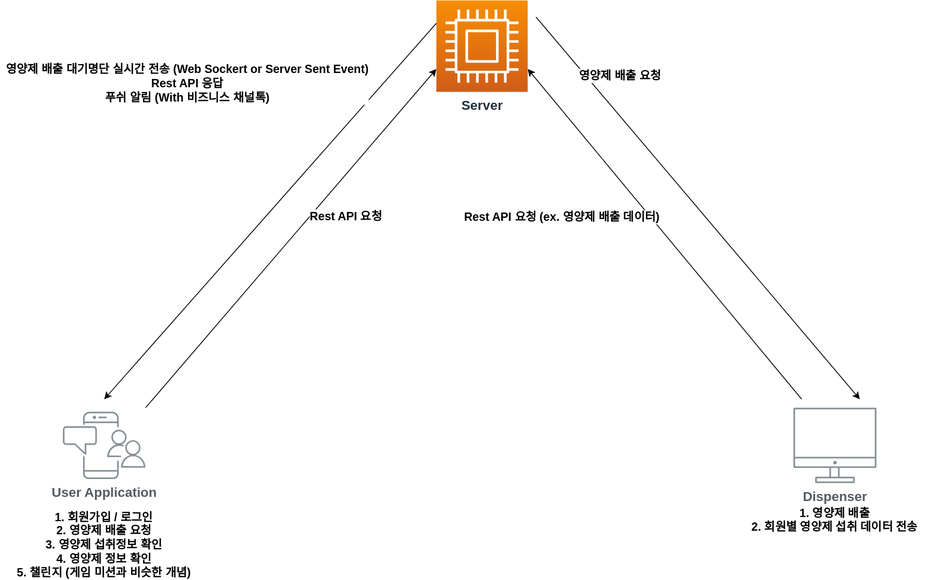
Above: server_flow.svg in ggj0418/DrawIO (draw.io), before the change. Source tidied: cells renumbered, new cells last; positions are measured from the earlier drawing's top-left corner, leaving out a move shared by most shapes.
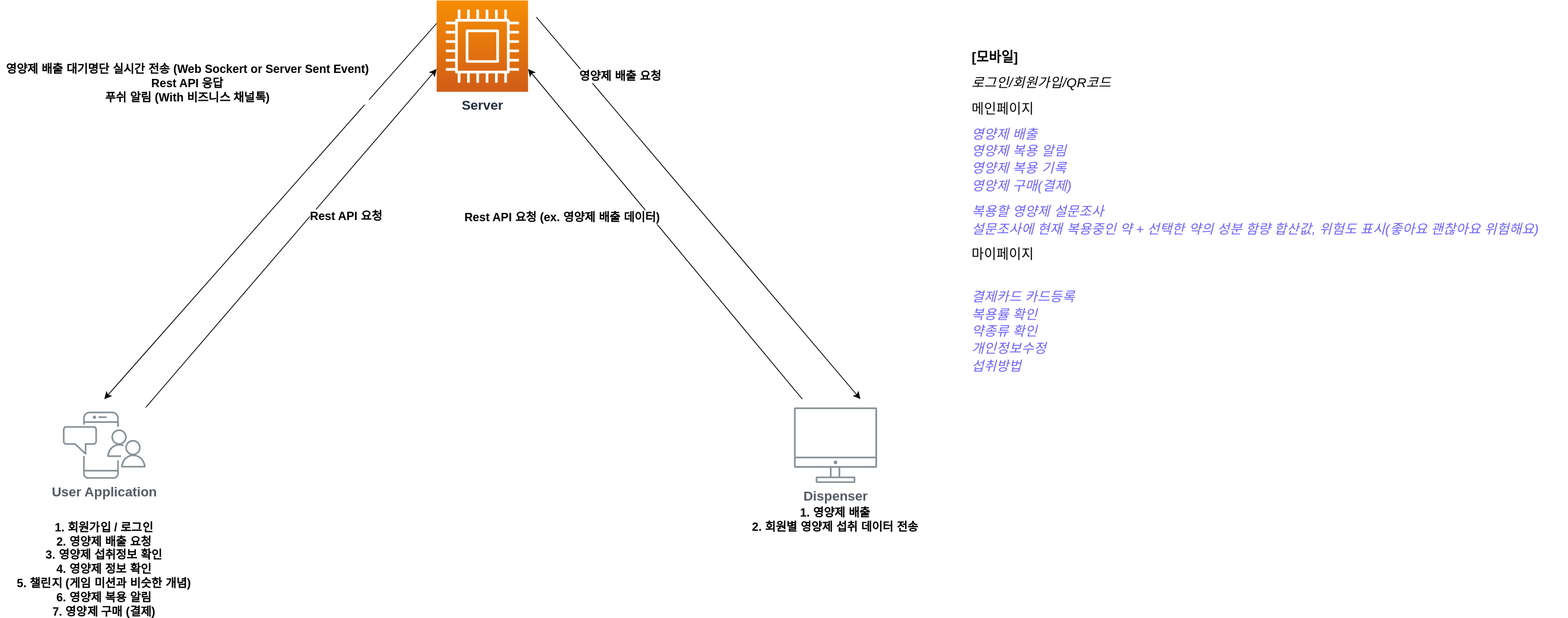
Later version of the same file.

Change to the diagram source:
```diff
@@ -52,11 +52,14 @@
         <mxPoint x="-125" y="-21" as="offset" />
       </mxGeometry>
     </mxCell>
-    <mxCell id="13" value="1. 회원가입 / 로그인&lt;br&gt;2. 영양제 배출 요청&lt;br&gt;3. 영양제 섭취정보 확인&lt;br&gt;4. 영양제 정보 확인&lt;br&gt;5. 챌린지 (게임 미션과 비슷한 개념)" style="text;html=1;strokeColor=none;fillColor=none;align=center;verticalAlign=middle;whiteSpace=wrap;rounded=0;fontSize=14;fontStyle=1;" parent="1" vertex="1">
-      <mxGeometry y="640" width="240" height="30" as="geometry" />
+    <mxCell id="13" value="1. 회원가입 / 로그인&lt;br&gt;2. 영양제 배출 요청&lt;br&gt;3. 영양제 섭취정보 확인&lt;br&gt;4. 영양제 정보 확인&lt;br&gt;5. 챌린지 (게임 미션과 비슷한 개념)&lt;br&gt;6. 영양제 복용 알림&lt;br&gt;7. 영양제 구매 (결제)" style="text;html=1;strokeColor=none;fillColor=none;align=center;verticalAlign=middle;whiteSpace=wrap;rounded=0;fontSize=14;fontStyle=1;" parent="1" vertex="1">
+      <mxGeometry y="670" width="240" height="30" as="geometry" />
     </mxCell>
     <mxCell id="14" value="1. 영양제 배출&lt;br&gt;2. 회원별 영양제 섭취 데이터 전송" style="text;html=1;strokeColor=none;fillColor=none;align=center;verticalAlign=middle;whiteSpace=wrap;rounded=0;fontSize=14;fontStyle=1;" parent="1" vertex="1">
       <mxGeometry x="880" y="610" width="240" height="30" as="geometry" />
     </mxCell>
+    <mxCell id="15" value="&lt;p style=&quot;box-sizing: content-box ; margin: 10px 0px ; padding: 0px ; border: 0px ; line-height: 20.8px ; font-family: &amp;#34;nanum gothic&amp;#34; , &amp;#34;meiryo&amp;#34; , &amp;#34;noto sans jp&amp;#34; , sans-serif , &amp;#34;lucida sans unicode&amp;#34; , &amp;#34;arial&amp;#34; ; text-align: left ; background-color: rgb(255 , 255 , 255) ; font-size: 16px&quot;&gt;&lt;span style=&quot;box-sizing: content-box ; font-weight: 700 ; margin: 0px ; padding: 0px ; border: 0px ; line-height: 20.8px&quot;&gt;&lt;font style=&quot;font-size: 16px&quot;&gt;[모바일]&lt;/font&gt;&lt;/span&gt;&lt;/p&gt;&lt;p style=&quot;box-sizing: content-box ; margin: 10px 0px ; padding: 0px ; border: 0px ; line-height: 20.8px ; font-family: &amp;#34;nanum gothic&amp;#34; , &amp;#34;meiryo&amp;#34; , &amp;#34;noto sans jp&amp;#34; , sans-serif , &amp;#34;lucida sans unicode&amp;#34; , &amp;#34;arial&amp;#34; ; text-align: left ; background-color: rgb(255 , 255 , 255) ; font-size: 16px&quot;&gt;&lt;em style=&quot;box-sizing: content-box ; margin: 0px ; padding: 0px ; border: 0px ; line-height: 20.8px&quot;&gt;&lt;font style=&quot;font-size: 16px&quot;&gt;로그인/회원가입/QR코드&lt;/font&gt;&lt;/em&gt;&lt;/p&gt;&lt;p style=&quot;box-sizing: content-box ; margin: 10px 0px ; padding: 0px ; border: 0px ; line-height: 20.8px ; font-family: &amp;#34;nanum gothic&amp;#34; , &amp;#34;meiryo&amp;#34; , &amp;#34;noto sans jp&amp;#34; , sans-serif , &amp;#34;lucida sans unicode&amp;#34; , &amp;#34;arial&amp;#34; ; text-align: left ; background-color: rgb(255 , 255 , 255) ; font-size: 16px&quot;&gt;&lt;font style=&quot;font-size: 16px&quot;&gt;메인페이지&lt;/font&gt;&lt;/p&gt;&lt;p style=&quot;box-sizing: content-box ; margin: 10px 0px ; padding: 0px ; border: 0px ; line-height: 20.8px ; font-family: &amp;#34;nanum gothic&amp;#34; , &amp;#34;meiryo&amp;#34; , &amp;#34;noto sans jp&amp;#34; , sans-serif , &amp;#34;lucida sans unicode&amp;#34; , &amp;#34;arial&amp;#34; ; text-align: left ; background-color: rgb(255 , 255 , 255) ; font-size: 16px&quot;&gt;&lt;font color=&quot;#6b61ff&quot; style=&quot;font-size: 16px&quot;&gt;&lt;em style=&quot;box-sizing: content-box ; margin: 0px ; padding: 0px ; border: 0px ; line-height: 20.8px&quot;&gt;영양제 배출&lt;/em&gt;&lt;br style=&quot;box-sizing: content-box ; line-height: 20.8px&quot;&gt;&lt;em style=&quot;box-sizing: content-box ; margin: 0px ; padding: 0px ; border: 0px ; line-height: 20.8px&quot;&gt;영양제 복용 알림&lt;/em&gt;&lt;br style=&quot;box-sizing: content-box ; line-height: 20.8px&quot;&gt;&lt;em style=&quot;box-sizing: content-box ; margin: 0px ; padding: 0px ; border: 0px ; line-height: 20.8px&quot;&gt;영양제 복용 기록&lt;/em&gt;&lt;br style=&quot;box-sizing: content-box ; line-height: 20.8px&quot;&gt;&lt;em style=&quot;box-sizing: content-box ; margin: 0px ; padding: 0px ; border: 0px ; line-height: 20.8px&quot;&gt;영앙제 구매(결제)&lt;/em&gt;&lt;/font&gt;&lt;/p&gt;&lt;p style=&quot;box-sizing: content-box ; margin: 10px 0px ; padding: 0px ; border: 0px ; line-height: 20.8px ; font-family: &amp;#34;nanum gothic&amp;#34; , &amp;#34;meiryo&amp;#34; , &amp;#34;noto sans jp&amp;#34; , sans-serif , &amp;#34;lucida sans unicode&amp;#34; , &amp;#34;arial&amp;#34; ; text-align: left ; background-color: rgb(255 , 255 , 255) ; font-size: 16px&quot;&gt;&lt;font color=&quot;#6b61ff&quot; style=&quot;font-size: 16px&quot;&gt;&lt;em style=&quot;box-sizing: content-box ; margin: 0px ; padding: 0px ; border: 0px ; line-height: 20.8px&quot;&gt;복용할 영양제 설문조사&lt;/em&gt;&lt;br style=&quot;box-sizing: content-box ; line-height: 20.8px&quot;&gt;&lt;em style=&quot;box-sizing: content-box ; margin: 0px ; padding: 0px ; border: 0px ; line-height: 20.8px&quot;&gt;설문조사에 현재 복용중인 약 + 선택한 약의 성분 함량 합산값, 위험도 표시(좋아요 괜찮아요 위험해요)&lt;/em&gt;&lt;/font&gt;&lt;/p&gt;&lt;p style=&quot;box-sizing: content-box ; margin: 10px 0px ; padding: 0px ; border: 0px ; line-height: 20.8px ; font-family: &amp;#34;nanum gothic&amp;#34; , &amp;#34;meiryo&amp;#34; , &amp;#34;noto sans jp&amp;#34; , sans-serif , &amp;#34;lucida sans unicode&amp;#34; , &amp;#34;arial&amp;#34; ; text-align: left ; background-color: rgb(255 , 255 , 255) ; font-size: 16px&quot;&gt;&lt;font style=&quot;font-size: 16px&quot;&gt;마이페이지&lt;/font&gt;&lt;/p&gt;&lt;p style=&quot;box-sizing: content-box ; margin: 10px 0px ; padding: 0px ; border: 0px ; line-height: 20.8px ; font-family: &amp;#34;nanum gothic&amp;#34; , &amp;#34;meiryo&amp;#34; , &amp;#34;noto sans jp&amp;#34; , sans-serif , &amp;#34;lucida sans unicode&amp;#34; , &amp;#34;arial&amp;#34; ; text-align: left ; background-color: rgb(255 , 255 , 255) ; font-size: 16px&quot;&gt;&lt;font style=&quot;font-size: 16px&quot;&gt;&lt;br style=&quot;box-sizing: content-box ; line-height: 20.8px&quot;&gt;&lt;font color=&quot;#6b61ff&quot; style=&quot;font-size: 16px&quot;&gt;&lt;em style=&quot;box-sizing: content-box ; margin: 0px ; padding: 0px ; border: 0px ; line-height: 20.8px&quot;&gt;결제카드 카드등록&lt;/em&gt;&lt;br style=&quot;box-sizing: content-box ; line-height: 20.8px&quot;&gt;&lt;em style=&quot;box-sizing: content-box ; margin: 0px ; padding: 0px ; border: 0px ; line-height: 20.8px&quot;&gt;복용률 확인&lt;/em&gt;&lt;br style=&quot;box-sizing: content-box ; line-height: 20.8px&quot;&gt;&lt;em style=&quot;box-sizing: content-box ; margin: 0px ; padding: 0px ; border: 0px ; line-height: 20.8px&quot;&gt;약종류 확인&lt;/em&gt;&lt;/font&gt;&lt;br style=&quot;box-sizing: content-box ; line-height: 20.8px&quot;&gt;&lt;font color=&quot;#6b61ff&quot; style=&quot;font-size: 16px&quot;&gt;&lt;em style=&quot;box-sizing: content-box ; margin: 0px ; padding: 0px ; border: 0px ; line-height: 20.8px&quot;&gt;개인정보수정&lt;/em&gt;&lt;br style=&quot;box-sizing: content-box ; line-height: 20.8px&quot;&gt;&lt;em style=&quot;box-sizing: content-box ; margin: 0px ; padding: 0px ; border: 0px ; line-height: 20.8px&quot;&gt;섭취방법&lt;/em&gt;&lt;/font&gt;&lt;/font&gt;&lt;/p&gt;" style="text;html=1;strokeColor=none;fillColor=none;align=center;verticalAlign=middle;whiteSpace=wrap;rounded=0;" parent="1" vertex="1">
+      <mxGeometry x="1130" y="240" width="751" height="30" as="geometry" />
+    </mxCell>
   </root>
 </mxGraphModel>
```
